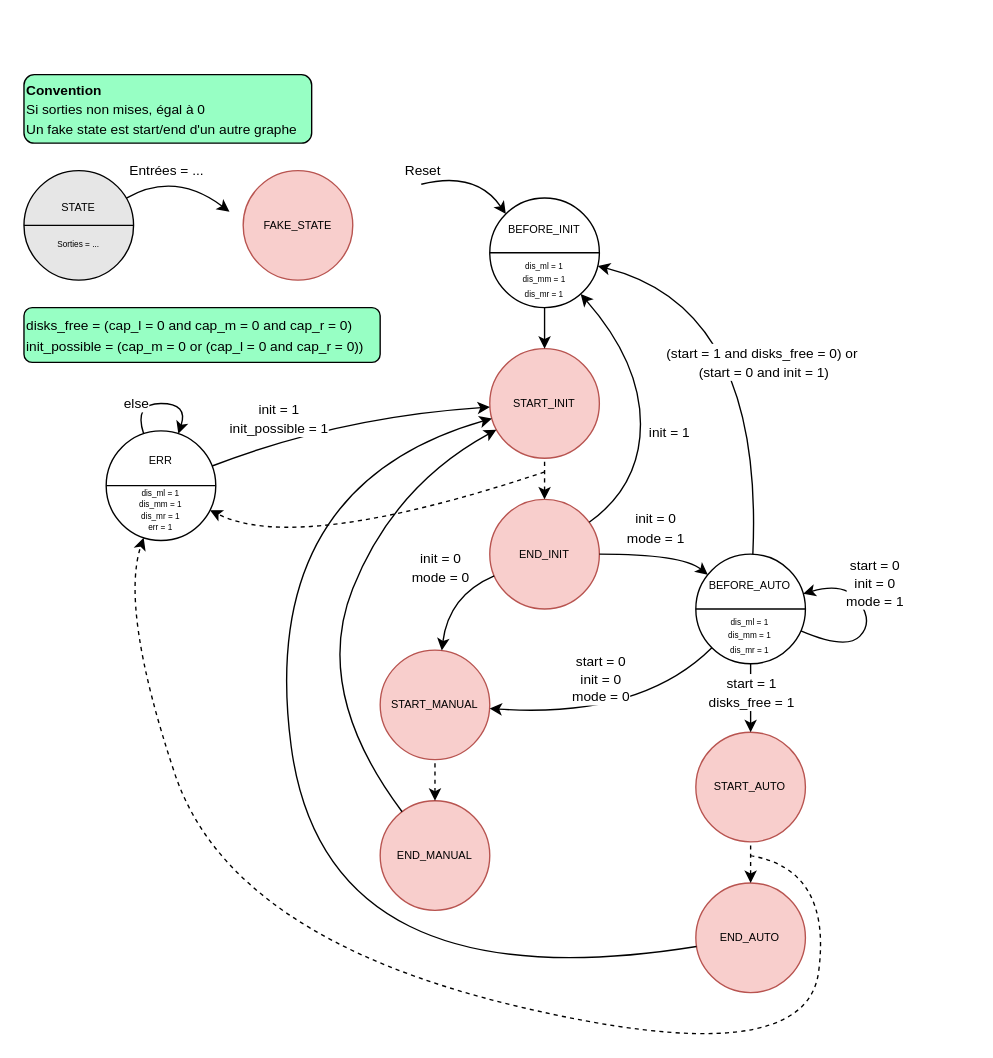
Earlier version of the draw.io diagram doc/diags/state_global.drawio (Schokiiiiiiii/csn26). Source tidied: cells renumbered, new cells numbered last; positions are measured from the earlier drawing's top-left corner, leaving out a move shared by most shapes. Both pictures are drawn from the tidied source at 137%, with x=0, y=0 at pixel (23, 74).
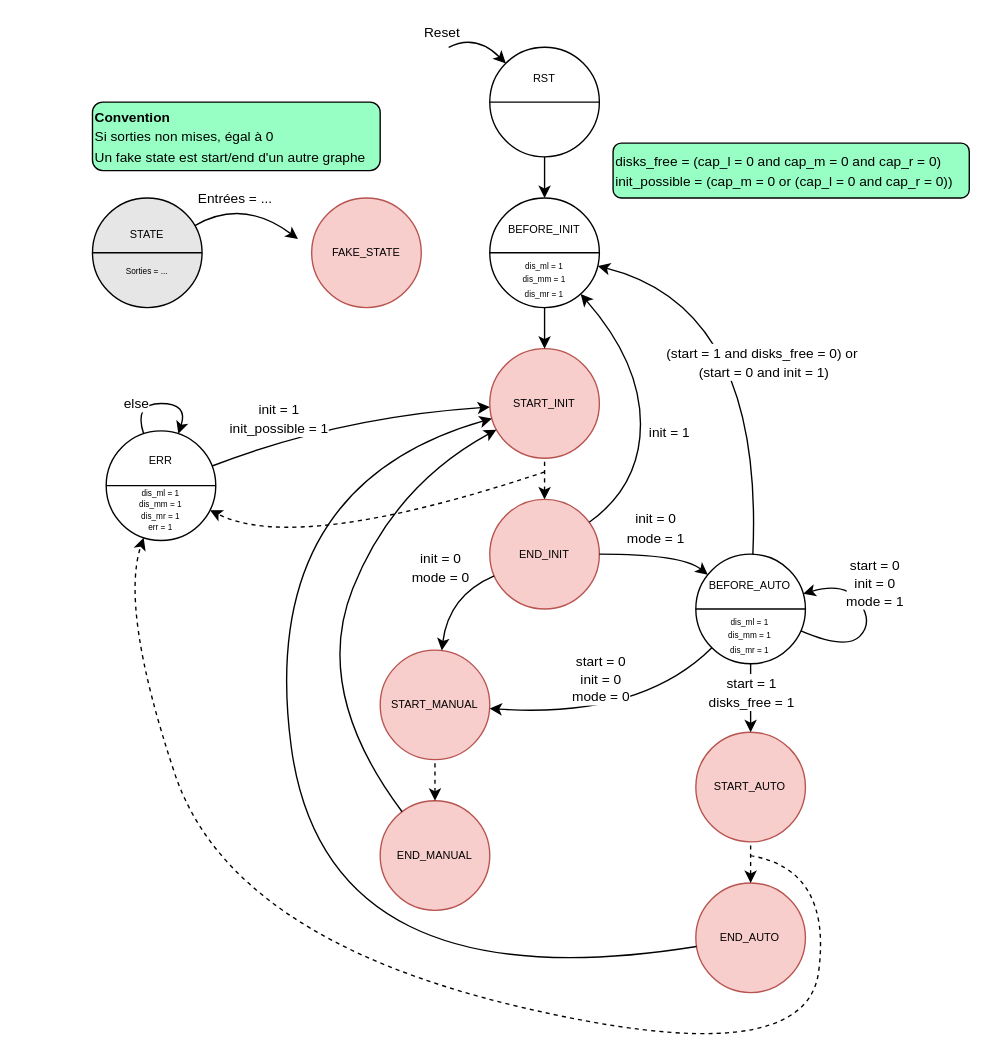
After the change.

The change refers to these unchanged cells:
```xml
<mxCell id="2" value="&lt;div style=&quot;line-height: 90%;&quot;&gt;&lt;font style=&quot;font-size: 6px; line-height: 90%;&quot;&gt;&lt;span&gt;&lt;br&gt;&lt;/span&gt;&lt;/font&gt;&lt;/div&gt;&lt;div style=&quot;line-height: 90%;&quot;&gt;&lt;font style=&quot;line-height: 90%;&quot;&gt;&lt;font style=&quot;font-size: 8px;&quot;&gt;BEFORE_INIT&lt;/font&gt;&lt;br&gt;&lt;/font&gt;&lt;div&gt;&lt;font style=&quot;font-size: 6px;&quot;&gt;&lt;br&gt;&lt;/font&gt;&lt;/div&gt;&lt;div&gt;&lt;span&gt;&lt;font style=&quot;font-size: 6px; line-height: 90%;&quot;&gt;dis_ml = 1&lt;/font&gt;&lt;/span&gt;&lt;/div&gt;&lt;div&gt;&lt;span&gt;&lt;font style=&quot;font-size: 6px; line-height: 90%;&quot;&gt;dis_mm = 1&lt;/font&gt;&lt;/span&gt;&lt;/div&gt;&lt;div&gt;&lt;span&gt;&lt;font style=&quot;font-size: 6px; line-height: 90%;&quot;&gt;dis_mr = 1&lt;/font&gt;&lt;/span&gt;&lt;/div&gt;&lt;/div&gt;" style="ellipse;whiteSpace=wrap;html=1;" parent="1" vertex="1">
  <mxGeometry x="340" y="90" width="80" height="80" as="geometry" />
</mxCell>
```

The edit, as a diff of the source:
```diff
@@
-    <mxCell id="4" style="curved=1;endArrow=classic;html=1;rounded=0;entryX=0;entryY=0;entryDx=0;entryDy=0;" parent="1" edge="1" target="2">
+    <mxCell id="4" style="curved=1;endArrow=classic;html=1;rounded=0;" parent="1" edge="1" target="49">
       <mxGeometry relative="1" as="geometry">
-        <mxPoint x="290" y="80" as="sourcePoint" />
+        <mxPoint x="310" y="-20" as="sourcePoint" />
         <Array as="points">
-          <mxPoint x="330" y="70" />
+          <mxPoint x="330" y="-30" />
         </Array>
       </mxGeometry>
     </mxCell>
@@
     <mxCell id="32" value="&lt;font style=&quot;font-size: 10px;&quot;&gt;disks_free =&amp;nbsp;&lt;span style=&quot;background-color: transparent; color: light-dark(rgb(0, 0, 0), rgb(255, 255, 255));&quot;&gt;(cap_l = 0 and cap_m = 0 and cap_r = 0)&lt;/span&gt;&lt;/font&gt;&lt;div style=&quot;&quot;&gt;&lt;span style=&quot;background-color: transparent; color: light-dark(rgb(0, 0, 0), rgb(255, 255, 255));&quot;&gt;&lt;font style=&quot;font-size: 10px;&quot;&gt;init_possible = (cap_m = 0 or (cap_l = 0 and cap_r = 0))&lt;/font&gt;&lt;/span&gt;&lt;/div&gt;" style="rounded=1;whiteSpace=wrap;html=1;align=left;fillColor=#97FFC4;" parent="1" vertex="1">
-      <mxGeometry y="170" width="260" height="40" as="geometry" />
+      <mxGeometry x="430" y="50" width="260" height="40" as="geometry" />
     </mxCell>
@@
     <mxCell id="43" value="&lt;div style=&quot;line-height: 90%;&quot;&gt;&lt;span style=&quot;font-size: 8px; background-color: transparent; color: light-dark(rgb(0, 0, 0), rgb(255, 255, 255));&quot;&gt;STATE&lt;/span&gt;&lt;/div&gt;&lt;div style=&quot;line-height: 90%;&quot;&gt;&lt;span style=&quot;font-size: 8px; background-color: transparent; color: light-dark(rgb(0, 0, 0), rgb(255, 255, 255));&quot;&gt;&lt;br&gt;&lt;/span&gt;&lt;/div&gt;&lt;div style=&quot;line-height: 90%;&quot;&gt;&lt;div&gt;&lt;span style=&quot;font-size: 6px;&quot;&gt;Sorties = ...&lt;/span&gt;&lt;/div&gt;&lt;/div&gt;" style="ellipse;whiteSpace=wrap;html=1;fillColor=#E6E6E6;" parent="1" vertex="1">
-      <mxGeometry y="70" width="80" height="80" as="geometry" />
+      <mxGeometry x="50" y="90" width="80" height="80" as="geometry" />
     </mxCell>
@@
     <mxCell id="45" style="curved=1;endArrow=classic;html=1;rounded=0;" parent="1" edge="1" source="43">
       <mxGeometry relative="1" as="geometry">
-        <mxPoint x="150" y="100" as="targetPoint" />
+        <mxPoint x="200" y="120" as="targetPoint" />
         <Array as="points">
-          <mxPoint x="110" y="70" />
+          <mxPoint x="160" y="90" />
         </Array>
       </mxGeometry>
     </mxCell>
@@
     <mxCell id="47" value="&lt;div&gt;&lt;font style=&quot;font-size: 10px;&quot;&gt;&lt;b&gt;Convention&lt;/b&gt;&lt;/font&gt;&lt;div&gt;&lt;font style=&quot;font-size: 10px;&quot;&gt;Si sorties non mises, égal à 0&lt;/font&gt;&lt;/div&gt;&lt;/div&gt;&lt;div&gt;&lt;span style=&quot;font-size: 10px;&quot;&gt;Un fake state est start/end d'un autre graphe&lt;/span&gt;&lt;/div&gt;" style="rounded=1;whiteSpace=wrap;html=1;align=left;fillColor=#97FFC4;" parent="1" vertex="1">
-      <mxGeometry width="210" height="50" as="geometry" />
+      <mxGeometry x="50" y="20" width="210" height="50" as="geometry" />
     </mxCell>
     <mxCell id="48" value="&lt;div style=&quot;line-height: 90%;&quot;&gt;&lt;span style=&quot;font-size: 8px;&quot;&gt;FAKE_STATE&lt;/span&gt;&lt;/div&gt;" style="ellipse;whiteSpace=wrap;html=1;fillColor=#f8cecc;strokeColor=#b85450;" parent="1" vertex="1">
-      <mxGeometry x="160" y="70" width="80" height="80" as="geometry" />
+      <mxGeometry x="210" y="90" width="80" height="80" as="geometry" />
     </mxCell>
+    <mxCell id="49" value="&lt;div style=&quot;line-height: 90%;&quot;&gt;&lt;font style=&quot;font-size: 6px; line-height: 90%;&quot;&gt;&lt;span&gt;&lt;br&gt;&lt;/span&gt;&lt;/font&gt;&lt;/div&gt;&lt;div style=&quot;line-height: 90%;&quot;&gt;&lt;font style=&quot;line-height: 90%;&quot;&gt;&lt;font style=&quot;font-size: 8px;&quot;&gt;RST&lt;/font&gt;&lt;br&gt;&lt;/font&gt;&lt;div&gt;&lt;font style=&quot;font-size: 6px;&quot;&gt;&lt;br&gt;&lt;/font&gt;&lt;/div&gt;&lt;div&gt;&lt;br&gt;&lt;/div&gt;&lt;div&gt;&lt;br&gt;&lt;/div&gt;&lt;div&gt;&lt;br&gt;&lt;/div&gt;&lt;/div&gt;" style="ellipse;whiteSpace=wrap;html=1;" parent="1" vertex="1">
+      <mxGeometry x="340" y="-20" width="80" height="80" as="geometry" />
+    </mxCell>
+    <mxCell id="50" style="endArrow=none;html=1;rounded=0;exitX=0;exitY=0.5;exitDx=0;exitDy=0;entryX=1;entryY=0.5;entryDx=0;entryDy=0;" parent="1" edge="1" source="49" target="49">
+      <mxGeometry relative="1" as="geometry" />
+    </mxCell>
+    <mxCell id="51" style="endArrow=classic;html=1;rounded=0;" parent="1" edge="1" source="49" target="2">
+      <mxGeometry relative="1" as="geometry" />
+    </mxCell>
```
